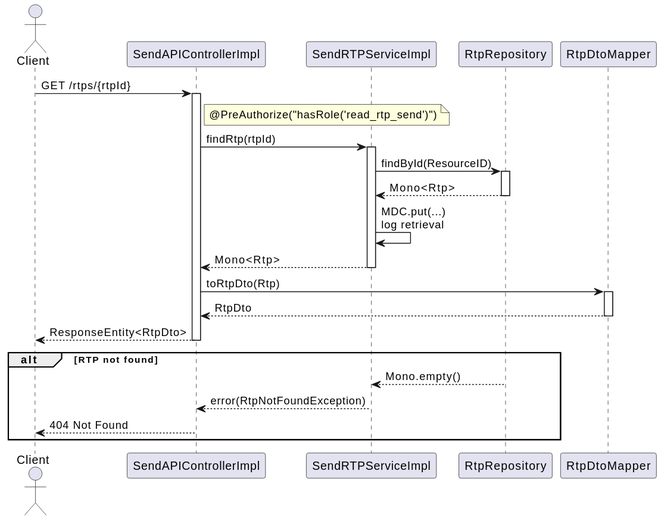
Earlier version of the PlantUML export diagrams/findByRtp.svg (pagopa/rtp-docs). Source of this version:
```plantuml
@startuml
actor "Client" as Client
participant "SendAPIControllerImpl" as Controller
participant "SendRTPServiceImpl" as Service
participant "RtpRepository" as Repository
participant "RtpDtoMapper" as Mapper

Client -> Controller : GET /rtps/{rtpId}
activate Controller
note right of Controller : @PreAuthorize("hasRole('read_rtp_send')")

Controller -> Service : findRtp(rtpId)
activate Service

Service -> Repository : findById(ResourceID)
activate Repository
Repository --> Service : Mono<Rtp>
deactivate Repository

Service -> Service : MDC.put(...)\nlog retrieval
Service --> Controller : Mono<Rtp>
deactivate Service

Controller -> Mapper : toRtpDto(Rtp)
activate Mapper
Mapper --> Controller : RtpDto
deactivate Mapper

Controller --> Client : ResponseEntity<RtpDto>
deactivate Controller

alt RTP not found
    Repository --> Service : Mono.empty()
    Service --> Controller : error(RtpNotFoundException)
    Controller --> Client : 404 Not Found
end
@enduml
```
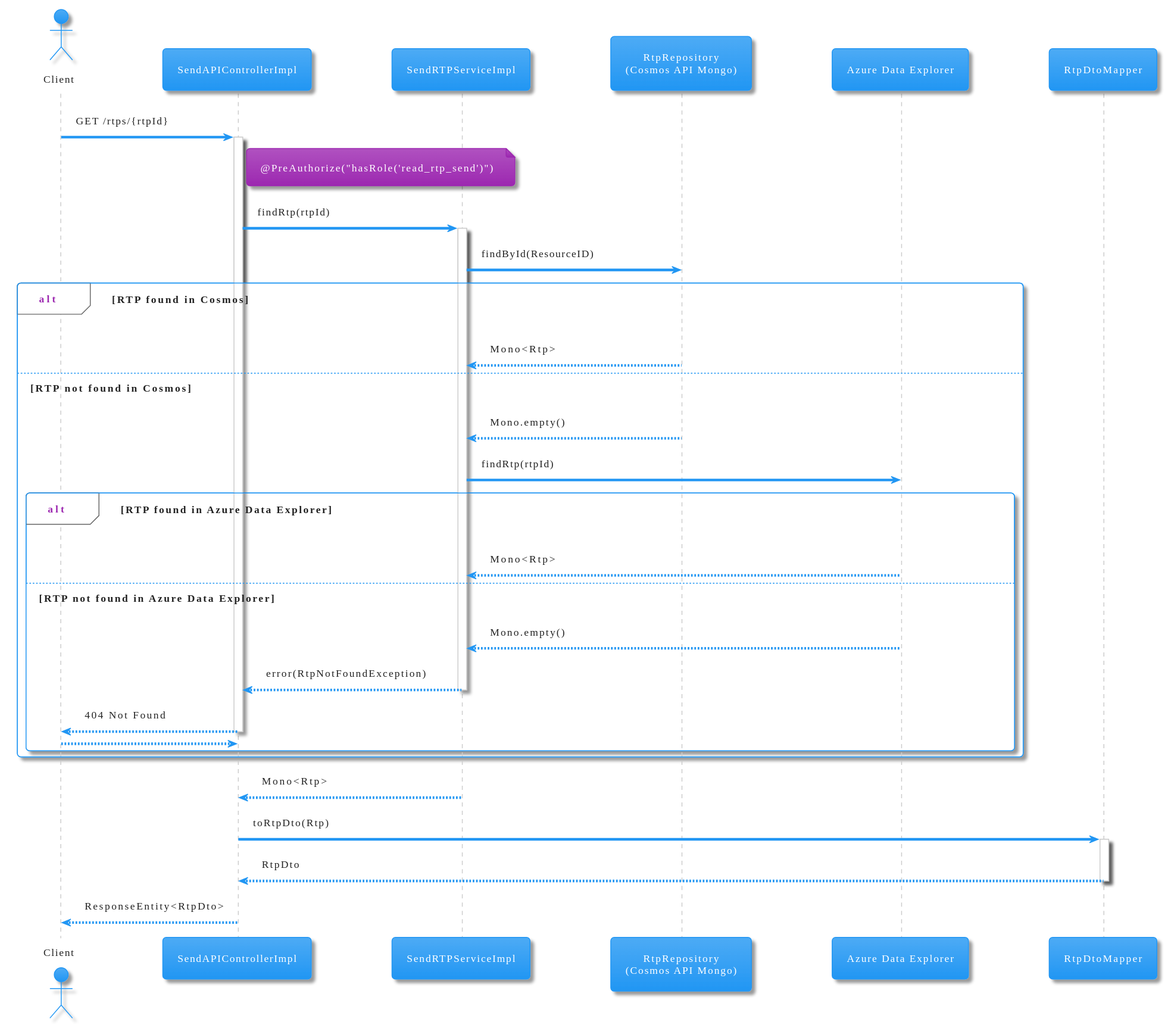
The same file after the commit.

Change to the diagram source:
```diff
@@ -1,8 +1,11 @@
 @startuml
+!theme materia
+
 actor "Client" as Client
 participant "SendAPIControllerImpl" as Controller
 participant "SendRTPServiceImpl" as Service
-participant "RtpRepository" as Repository
+participant "RtpRepository\n(Cosmos API Mongo)" as Repository
+participant "Azure Data Explorer" as ADX
 participant "RtpDtoMapper" as Mapper
 
 Client -> Controller : GET /rtps/{rtpId}
@@ -13,11 +16,26 @@
 activate Service
 
 Service -> Repository : findById(ResourceID)
-activate Repository
-Repository --> Service : Mono<Rtp>
-deactivate Repository
 
-Service -> Service : MDC.put(...)\nlog retrieval
+alt RTP found in Cosmos
+    Repository --> Service : Mono<Rtp>
+
+else RTP not found in Cosmos
+    Repository --> Service : Mono.empty()
+    Service -> ADX : findRtp(rtpId)
+
+    alt RTP found in Azure Data Explorer
+        ADX --> Service : Mono<Rtp>
+    else RTP not found in Azure Data Explorer
+        ADX --> Service : Mono.empty()
+        Service --> Controller : error(RtpNotFoundException)
+        deactivate Service
+        Controller --> Client : 404 Not Found
+        deactivate Controller
+        return
+    end
+end
+
 Service --> Controller : Mono<Rtp>
 deactivate Service
 
@@ -28,10 +46,4 @@
 
 Controller --> Client : ResponseEntity<RtpDto>
 deactivate Controller
-
-alt RTP not found
-    Repository --> Service : Mono.empty()
-    Service --> Controller : error(RtpNotFoundException)
-    Controller --> Client : 404 Not Found
-end
 @enduml
```
